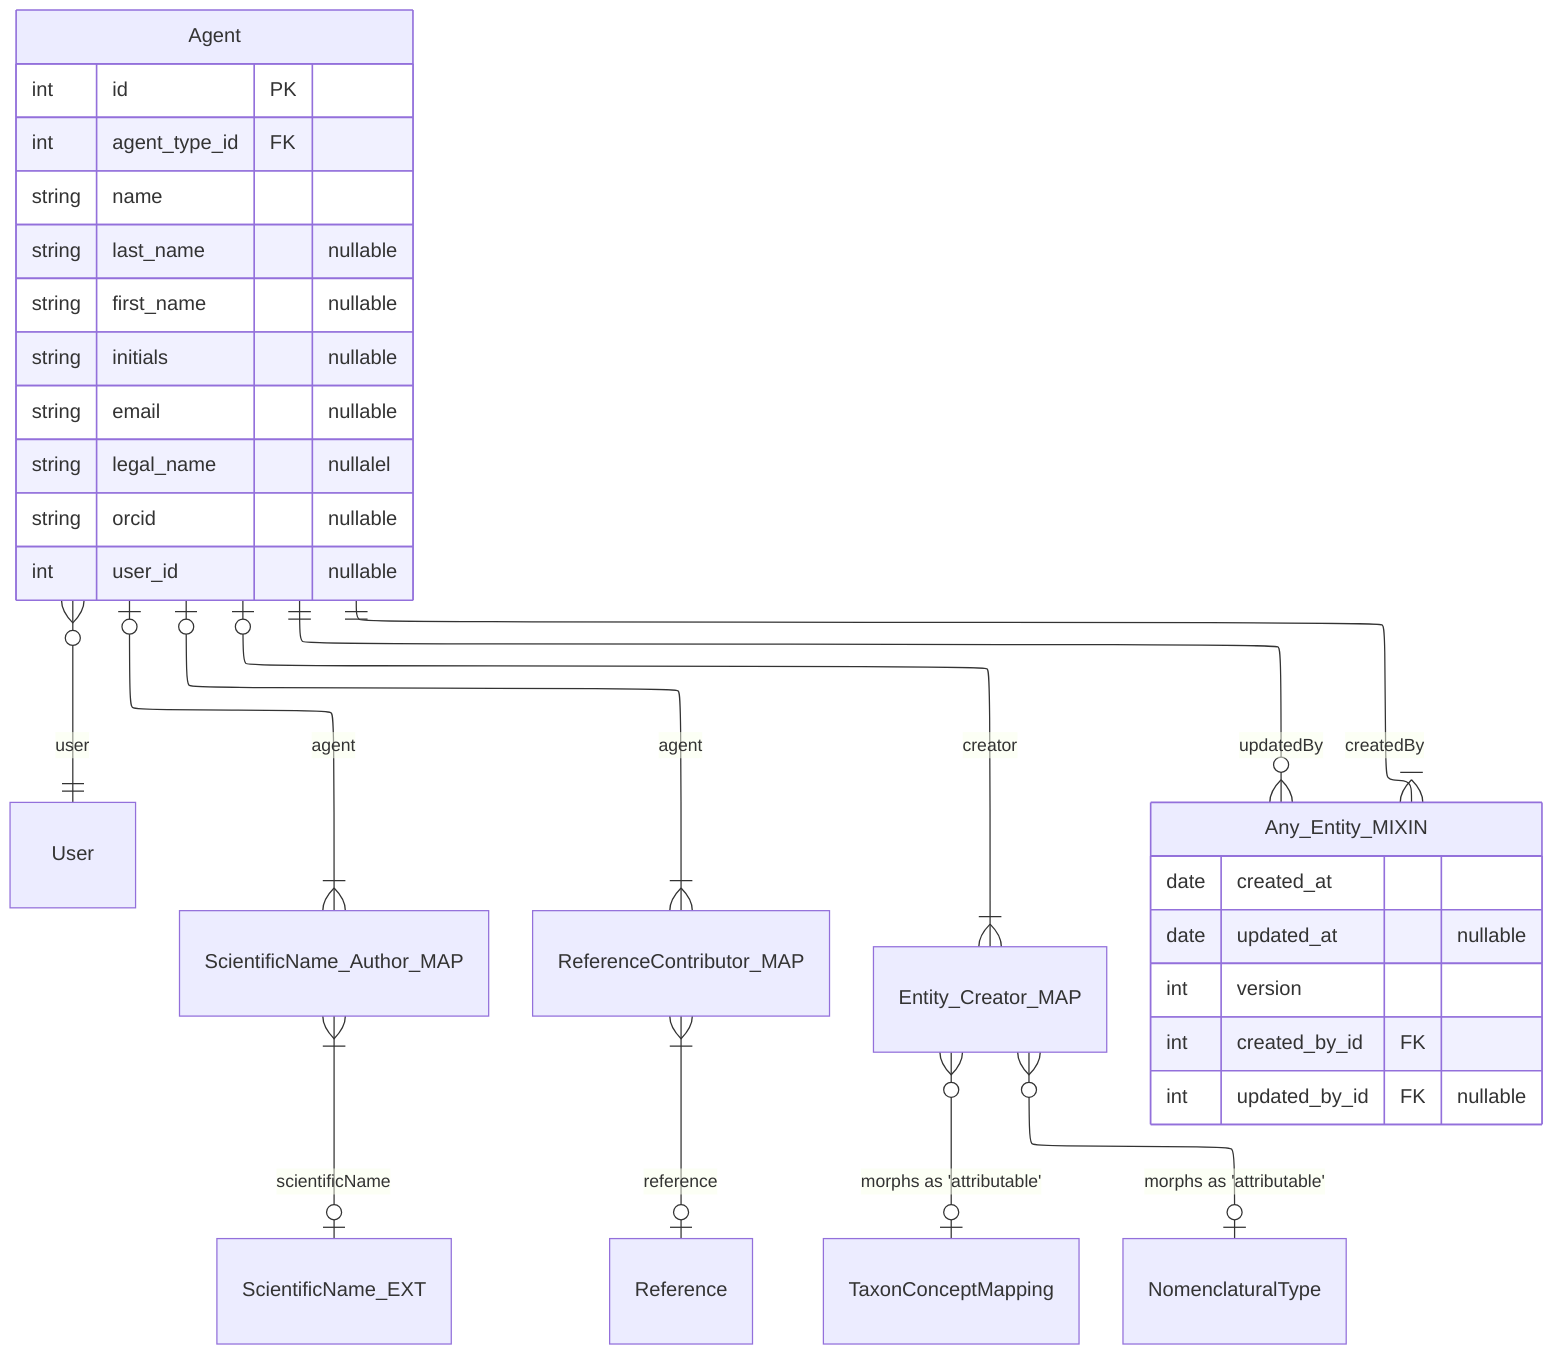
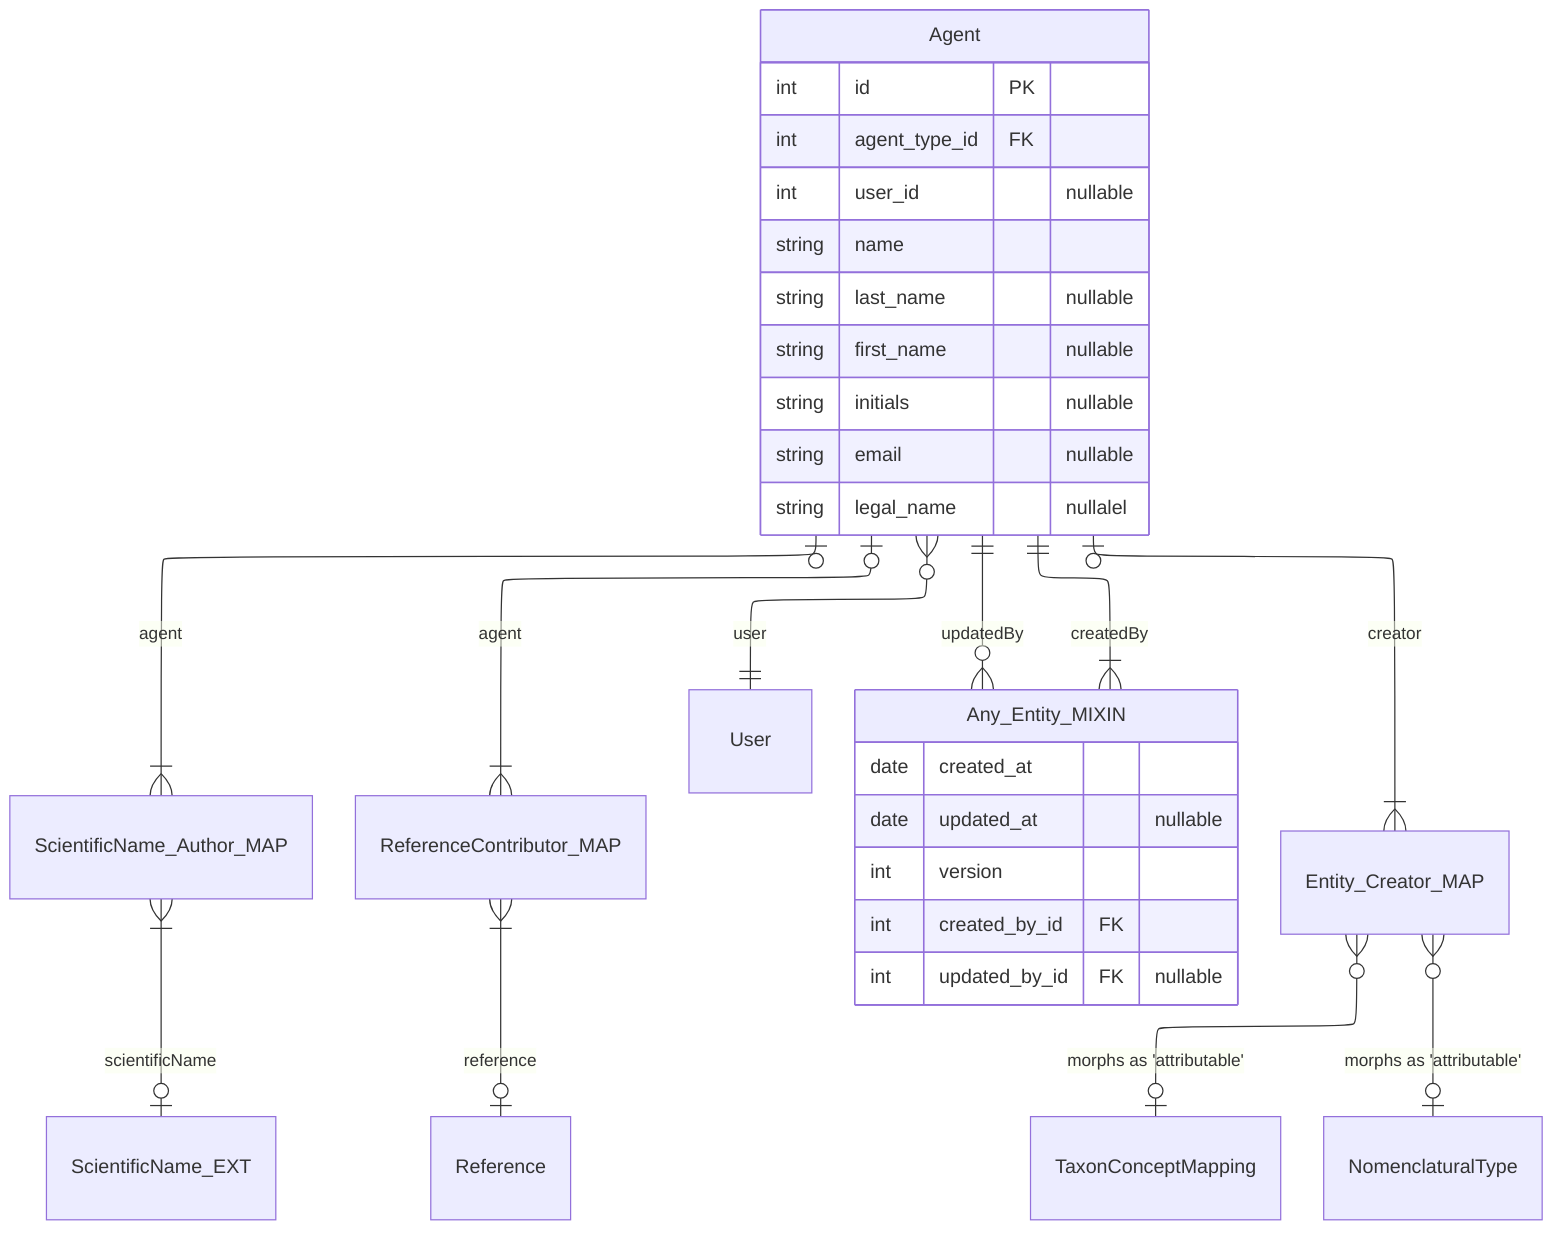
---
config:
  layout: elk
---
erDiagram
-   Agent }o--|| User : user

  Agent |o--|{ScientificName_Author_MAP : "agent"
  ScientificName_Author_MAP }|--o| ScientificName_EXT : "scientificName"

  Agent |o--|{ ReferenceContributor_MAP : agent
  ReferenceContributor_MAP }|--o| Reference : "reference"

+   Agent }o--|| User : user
+   Agent ||--|{ Any_Entity_MIXIN : "createdBy"
+   Agent ||--o{ Any_Entity_MIXIN : "updatedBy"
+ 
  Agent |o--|{ Entity_Creator_MAP : "creator"
  Entity_Creator_MAP }o--o| TaxonConceptMapping : "morphs as 'attributable'"
  Entity_Creator_MAP }o--o| NomenclaturalType : "morphs as 'attributable'"

-   Agent ||--|{ Any_Entity_MIXIN : "createdBy"
-   Agent ||--o{ Any_Entity_MIXIN : "updatedBy"
- 
  Agent {
    int id PK
    int agent_type_id FK
+     int user_id "nullable"
    string name
    string last_name "nullable"
    string first_name "nullable"
    string initials "nullable"
    string email "nullable"
    string legal_name "nullalel"
-     string orcid "nullable"
-     int user_id "nullable"
  }

  Any_Entity_MIXIN {
    date created_at
    date updated_at "nullable"
    int version
    int created_by_id FK
    int updated_by_id FK "nullable"
  }